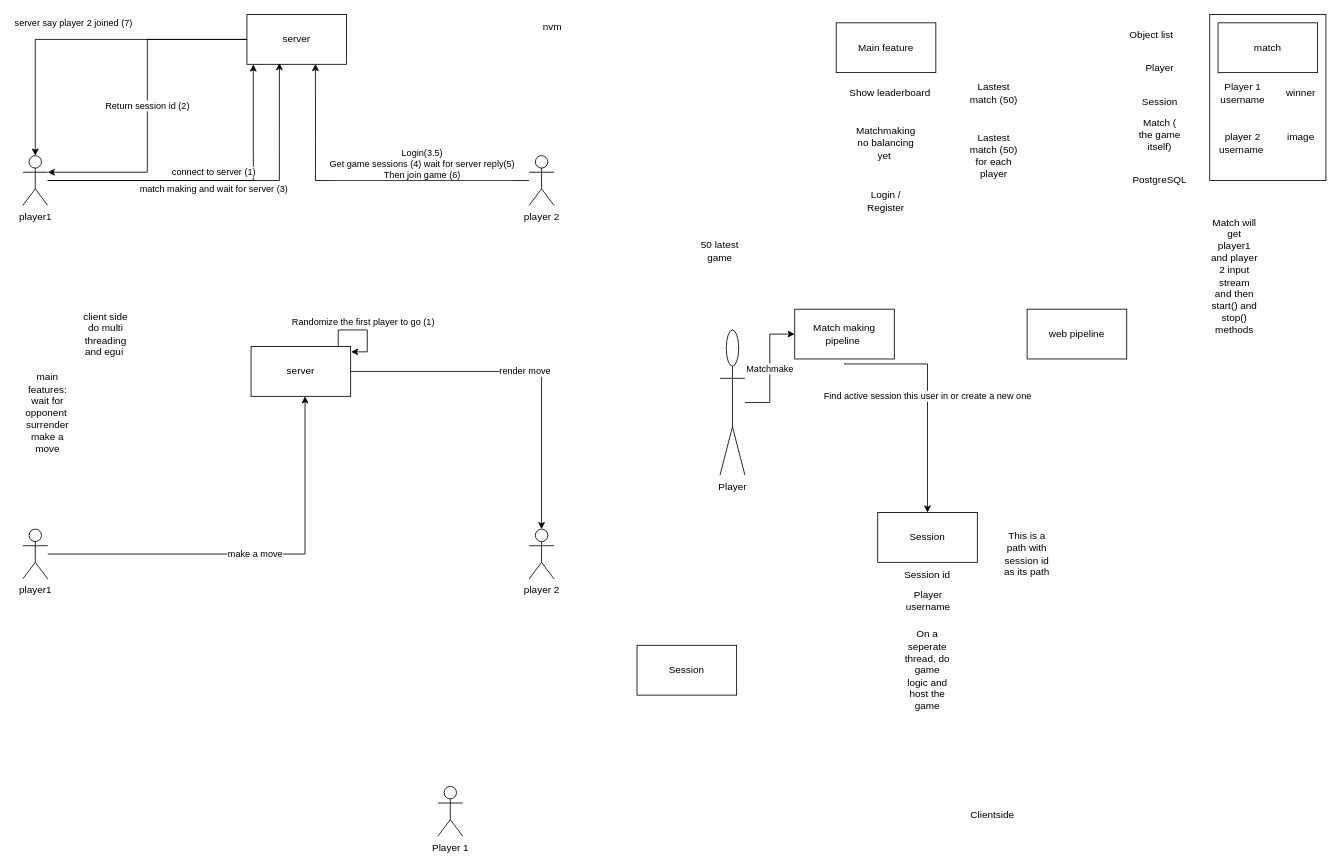
Above: xogamedev.drawio in ktokto313/xogamedev (draw.io), before the change. Source tidied: cells renumbered, new cells numbered last; positions are measured from the earlier drawing's top-left corner, leaving out a move shared by most shapes. Both pictures are drawn from the tidied source at 83%, with x=0, y=0 at pixel (22, 14).
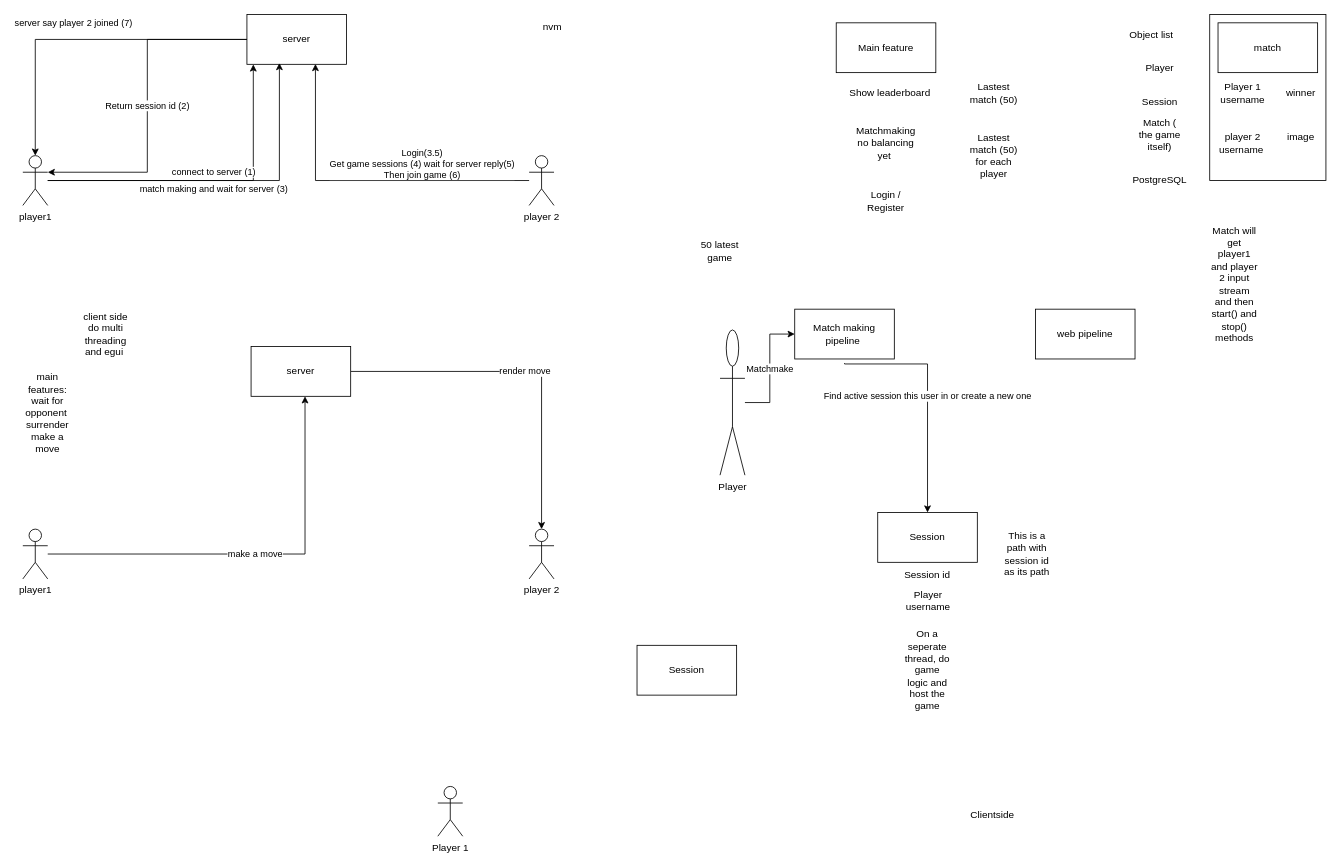
Above is the later version.

The change refers to these unchanged cells:
```xml
<mxCell id="11" value="server" style="rounded=0;whiteSpace=wrap;html=1;" parent="1" vertex="1">
  <mxGeometry x="275" y="400" width="120" height="60" as="geometry" />
</mxCell>
```

What changed in the source:
```diff
@@
-    <mxCell id="15" value="Randomize the first player to go (1)" style="edgeStyle=orthogonalEdgeStyle;rounded=0;orthogonalLoop=1;jettySize=auto;html=1;entryX=1.004;entryY=0.107;entryDx=0;entryDy=0;entryPerimeter=0;" parent="1" edge="1" source="11" target="11">
-      <mxGeometry x="-0.01" y="10" relative="1" as="geometry">
-        <Array as="points">
-          <mxPoint x="380" y="380" />
-          <mxPoint x="415" y="380" />
-          <mxPoint x="415" y="406" />
-        </Array>
-      </mxGeometry>
-    </mxCell>
@@
     <mxCell id="32" value="web pipeline" style="rounded=0;whiteSpace=wrap;html=1;" parent="1" vertex="1">
-      <mxGeometry x="1210" y="355" width="120" height="60" as="geometry" />
+      <mxGeometry x="1220" y="355" width="120" height="60" as="geometry" />
     </mxCell>
@@
     <mxCell id="49" value="Match will get player1 and player 2 input stream and then start() and stop() methods" style="text;html=1;align=center;verticalAlign=middle;whiteSpace=wrap;rounded=0;" parent="1" vertex="1">
-      <mxGeometry x="1430" y="300" width="60" height="30" as="geometry" />
+      <mxGeometry x="1430" y="310" width="60" height="30" as="geometry" />
     </mxCell>
```
